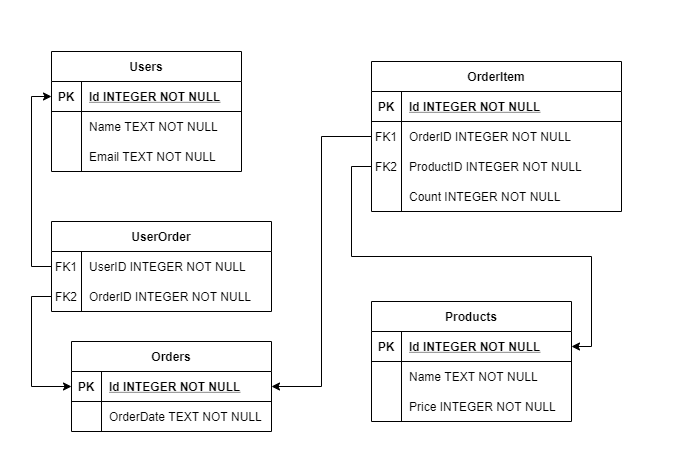
Before: doc/ER.png, a diagram exported from draw.io (jankvapil/Eshop-API). Source tidied: cells renumbered, new cells last; positions are measured from the earlier drawing's top-left corner, leaving out a move shared by most shapes. Its diagram source:
```xml
<mxGraphModel>
  <root>
    <mxCell id="0" />
    <mxCell id="1" parent="0" />
    <mxCell id="2" style="edgeStyle=entityRelationEdgeStyle;endArrow=ERzeroToMany;startArrow=ERone;endFill=1;startFill=0;" parent="1" edge="1" source="x" target="x">
      <mxGeometry relative="1" as="geometry" />
    </mxCell>
    <mxCell id="3" value="UserOrder" style="shape=table;startSize=30;rowLines=0;fontStyle=1;align=center;" parent="1" vertex="1">
      <mxGeometry y="170" width="220" height="90" as="geometry" />
    </mxCell>
    <mxCell id="4" style="shape=partialRectangle;fillColor=none;points=[[0,0.5],[1,0.5]];portConstraint=eastwest;top=0;left=0;right=0;bottom=0;" parent="3" vertex="1">
      <mxGeometry y="30" width="220" height="30" as="geometry" />
    </mxCell>
    <mxCell id="5" value="FK1" style="shape=partialRectangle;overflow=hidden;fillColor=none;top=0;left=0;bottom=0;right=0;" parent="4" vertex="1">
      <mxGeometry width="30" height="30" as="geometry" />
    </mxCell>
    <mxCell id="6" value="UserID INTEGER NOT NULL" style="shape=partialRectangle;overflow=hidden;fillColor=none;top=0;left=0;bottom=0;right=0;align=left;spacingLeft=6;" parent="4" vertex="1">
      <mxGeometry x="30" width="190" height="30" as="geometry" />
    </mxCell>
    <mxCell id="7" style="shape=partialRectangle;fillColor=none;points=[[0,0.5],[1,0.5]];portConstraint=eastwest;top=0;left=0;right=0;bottom=0;" parent="3" vertex="1">
      <mxGeometry y="60" width="220" height="30" as="geometry" />
    </mxCell>
    <mxCell id="8" value="FK2" style="shape=partialRectangle;overflow=hidden;fillColor=none;top=0;left=0;bottom=0;right=0;" parent="7" vertex="1">
      <mxGeometry width="30" height="30" as="geometry" />
    </mxCell>
    <mxCell id="9" value="OrderID INTEGER NOT NULL" style="shape=partialRectangle;overflow=hidden;fillColor=none;top=0;left=0;bottom=0;right=0;align=left;spacingLeft=6;" parent="7" vertex="1">
      <mxGeometry x="30" width="190" height="30" as="geometry" />
    </mxCell>
    <mxCell id="10" value="Orders" style="shape=table;startSize=30;rowLines=0;fontStyle=1;align=center;" parent="1" vertex="1">
      <mxGeometry x="20" y="290" width="200" height="90" as="geometry" />
    </mxCell>
    <mxCell id="11" style="shape=partialRectangle;fillColor=none;points=[[0,0.5],[1,0.5]];portConstraint=eastwest;top=0;left=0;right=0;bottom=1;" parent="10" vertex="1">
      <mxGeometry y="30" width="200" height="30" as="geometry" />
    </mxCell>
    <mxCell id="12" value="PK" style="shape=partialRectangle;overflow=hidden;fillColor=none;top=0;left=0;bottom=0;right=0;fontStyle=1;" parent="11" vertex="1">
      <mxGeometry width="30" height="30" as="geometry" />
    </mxCell>
    <mxCell id="13" value="Id INTEGER NOT NULL" style="shape=partialRectangle;overflow=hidden;fillColor=none;top=0;left=0;bottom=0;right=0;align=left;spacingLeft=6;fontStyle=5;" parent="11" vertex="1">
      <mxGeometry x="30" width="170" height="30" as="geometry" />
    </mxCell>
    <mxCell id="14" style="shape=partialRectangle;fillColor=none;top=0;left=0;right=0;bottom=0;" parent="10" vertex="1">
      <mxGeometry y="60" width="200" height="30" as="geometry" />
    </mxCell>
    <mxCell id="15" style="shape=partialRectangle;overflow=hidden;fillColor=none;top=0;left=0;bottom=0;right=0;" parent="14" vertex="1">
      <mxGeometry width="30" height="30" as="geometry" />
    </mxCell>
    <mxCell id="16" value="OrderDate TEXT NOT NULL" style="shape=partialRectangle;overflow=hidden;fillColor=none;top=0;left=0;bottom=0;right=0;align=left;spacingLeft=6;" parent="14" vertex="1">
      <mxGeometry x="30" width="170" height="30" as="geometry" />
    </mxCell>
    <mxCell id="17" value="Users" style="shape=table;startSize=30;rowLines=0;fontStyle=1;align=center;" parent="1" vertex="1">
      <mxGeometry width="190" height="120" as="geometry" />
    </mxCell>
    <mxCell id="18" style="shape=partialRectangle;fillColor=none;points=[[0,0.5],[1,0.5]];portConstraint=eastwest;top=0;left=0;right=0;bottom=1;" parent="17" vertex="1">
      <mxGeometry y="30" width="190" height="30" as="geometry" />
    </mxCell>
    <mxCell id="19" value="PK" style="shape=partialRectangle;overflow=hidden;fillColor=none;top=0;left=0;bottom=0;right=0;fontStyle=1;" parent="18" vertex="1">
      <mxGeometry width="30" height="30" as="geometry" />
    </mxCell>
    <mxCell id="20" value="Id INTEGER NOT NULL " style="shape=partialRectangle;overflow=hidden;fillColor=none;top=0;left=0;bottom=0;right=0;align=left;spacingLeft=6;fontStyle=5;" parent="18" vertex="1">
      <mxGeometry x="30" width="160" height="30" as="geometry" />
    </mxCell>
    <mxCell id="21" style="shape=partialRectangle;fillColor=none;top=0;left=0;right=0;bottom=0;" parent="17" vertex="1">
      <mxGeometry y="60" width="190" height="30" as="geometry" />
    </mxCell>
    <mxCell id="22" style="shape=partialRectangle;overflow=hidden;fillColor=none;top=0;left=0;bottom=0;right=0;" parent="21" vertex="1">
      <mxGeometry width="30" height="30" as="geometry" />
    </mxCell>
    <mxCell id="23" value="Name TEXT NOT NULL" style="shape=partialRectangle;overflow=hidden;fillColor=none;top=0;left=0;bottom=0;right=0;align=left;spacingLeft=6;" parent="21" vertex="1">
      <mxGeometry x="30" width="160" height="30" as="geometry" />
    </mxCell>
    <mxCell id="24" value="Email TEXT NOT NULL" style="shape=partialRectangle;overflow=hidden;fillColor=none;top=0;left=0;bottom=0;right=0;align=left;spacingLeft=6;" parent="1" vertex="1">
      <mxGeometry x="30" y="90" width="220" height="30" as="geometry" />
    </mxCell>
    <mxCell id="25" value="OrderItem" style="shape=table;startSize=30;rowLines=0;fontStyle=1;align=center;" parent="1" vertex="1">
      <mxGeometry x="320" y="10" width="250" height="150" as="geometry" />
    </mxCell>
    <mxCell id="26" style="shape=partialRectangle;fillColor=none;top=0;left=0;right=0;bottom=1;" parent="25" vertex="1">
      <mxGeometry y="30" width="250" height="30" as="geometry" />
    </mxCell>
    <mxCell id="27" value="PK" style="shape=partialRectangle;overflow=hidden;fillColor=none;top=0;left=0;bottom=0;right=0;fontStyle=1;" parent="26" vertex="1">
      <mxGeometry width="30" height="30" as="geometry" />
    </mxCell>
    <mxCell id="28" value="Id INTEGER NOT NULL" style="shape=partialRectangle;overflow=hidden;fillColor=none;top=0;left=0;bottom=0;right=0;align=left;spacingLeft=6;fontStyle=5;" parent="26" vertex="1">
      <mxGeometry x="30" width="220" height="30" as="geometry" />
    </mxCell>
    <mxCell id="29" style="shape=partialRectangle;fillColor=none;points=[[0,0.5],[1,0.5]];portConstraint=eastwest;top=0;left=0;right=0;bottom=0;" parent="25" vertex="1">
      <mxGeometry y="60" width="250" height="30" as="geometry" />
    </mxCell>
    <mxCell id="30" value="FK1" style="shape=partialRectangle;overflow=hidden;fillColor=none;top=0;left=0;bottom=0;right=0;" parent="29" vertex="1">
      <mxGeometry width="30" height="30" as="geometry" />
    </mxCell>
    <mxCell id="31" value="OrderID INTEGER NOT NULL" style="shape=partialRectangle;overflow=hidden;fillColor=none;top=0;left=0;bottom=0;right=0;align=left;spacingLeft=6;" parent="29" vertex="1">
      <mxGeometry x="30" width="220" height="30" as="geometry" />
    </mxCell>
    <mxCell id="32" style="edgeStyle=orthogonalEdgeStyle;rounded=0;jettySize=auto;html=1;exitX=0;exitY=0.5;exitDx=0;exitDy=0;" parent="1" edge="1" source="33" target="40">
      <mxGeometry relative="1" as="geometry" />
    </mxCell>
    <mxCell id="33" style="shape=partialRectangle;fillColor=none;points=[[0,0.5],[1,0.5]];portConstraint=eastwest;top=0;left=0;right=0;bottom=0;" parent="1" vertex="1">
      <mxGeometry x="320" y="100" width="250" height="30" as="geometry" />
    </mxCell>
    <mxCell id="34" value="FK2" style="shape=partialRectangle;overflow=hidden;fillColor=none;top=0;left=0;bottom=0;right=0;" parent="33" vertex="1">
      <mxGeometry width="30" height="30" as="geometry" />
    </mxCell>
    <mxCell id="35" value="ProductID INTEGER NOT NULL" style="shape=partialRectangle;overflow=hidden;fillColor=none;top=0;left=0;bottom=0;right=0;align=left;spacingLeft=6;" parent="33" vertex="1">
      <mxGeometry x="30" width="220" height="30" as="geometry" />
    </mxCell>
    <mxCell id="36" style="shape=partialRectangle;fillColor=none;top=0;left=0;right=0;bottom=0;" parent="1" vertex="1">
      <mxGeometry x="320" y="130" width="250" height="30" as="geometry" />
    </mxCell>
    <mxCell id="37" style="shape=partialRectangle;overflow=hidden;fillColor=none;top=0;left=0;bottom=0;right=0;" parent="36" vertex="1">
      <mxGeometry width="30" height="30" as="geometry" />
    </mxCell>
    <mxCell id="38" value="Count INTEGER NOT NULL" style="shape=partialRectangle;overflow=hidden;fillColor=none;top=0;left=0;bottom=0;right=0;align=left;spacingLeft=6;" parent="36" vertex="1">
      <mxGeometry x="30" width="220" height="30" as="geometry" />
    </mxCell>
    <mxCell id="39" value="Products" style="shape=table;startSize=30;rowLines=0;fontStyle=1;align=center;" parent="1" vertex="1">
      <mxGeometry x="320" y="250" width="200" height="120" as="geometry" />
    </mxCell>
    <mxCell id="40" style="shape=partialRectangle;fillColor=none;points=[[0,0.5],[1,0.5]];portConstraint=eastwest;top=0;left=0;right=0;bottom=1;" parent="39" vertex="1">
      <mxGeometry y="30" width="200" height="30" as="geometry" />
    </mxCell>
    <mxCell id="41" value="PK" style="shape=partialRectangle;overflow=hidden;fillColor=none;top=0;left=0;bottom=0;right=0;fontStyle=1;" parent="40" vertex="1">
      <mxGeometry width="30" height="30" as="geometry" />
    </mxCell>
    <mxCell id="42" value="Id INTEGER NOT NULL" style="shape=partialRectangle;overflow=hidden;fillColor=none;top=0;left=0;bottom=0;right=0;align=left;spacingLeft=6;fontStyle=5;" parent="40" vertex="1">
      <mxGeometry x="30" width="170" height="30" as="geometry" />
    </mxCell>
    <mxCell id="43" style="shape=partialRectangle;fillColor=none;top=0;left=0;right=0;bottom=0;" parent="39" vertex="1">
      <mxGeometry y="60" width="200" height="30" as="geometry" />
    </mxCell>
    <mxCell id="44" style="shape=partialRectangle;overflow=hidden;fillColor=none;top=0;left=0;bottom=0;right=0;" parent="43" vertex="1">
      <mxGeometry width="30" height="30" as="geometry" />
    </mxCell>
    <mxCell id="45" value="Name TEXT NOT NULL" style="shape=partialRectangle;overflow=hidden;fillColor=none;top=0;left=0;bottom=0;right=0;align=left;spacingLeft=6;" parent="43" vertex="1">
      <mxGeometry x="30" width="170" height="30" as="geometry" />
    </mxCell>
    <mxCell id="46" style="shape=partialRectangle;fillColor=none;top=0;left=0;right=0;bottom=0;" parent="1" vertex="1">
      <mxGeometry x="320" y="340" width="250" height="30" as="geometry" />
    </mxCell>
    <mxCell id="47" style="shape=partialRectangle;overflow=hidden;fillColor=none;top=0;left=0;bottom=0;right=0;" parent="46" vertex="1">
      <mxGeometry width="30" height="30" as="geometry" />
    </mxCell>
    <mxCell id="48" value="Price INTEGER NOT NULL" style="shape=partialRectangle;overflow=hidden;fillColor=none;top=0;left=0;bottom=0;right=0;align=left;spacingLeft=6;" parent="46" vertex="1">
      <mxGeometry x="30" width="220" height="30" as="geometry" />
    </mxCell>
    <mxCell id="49" style="edgeStyle=orthogonalEdgeStyle;rounded=0;jettySize=auto;html=1;exitX=0;exitY=0.5;exitDx=0;exitDy=0;" parent="1" edge="1" source="7" target="11">
      <mxGeometry relative="1" as="geometry" />
    </mxCell>
    <mxCell id="50" style="edgeStyle=orthogonalEdgeStyle;rounded=0;jettySize=auto;html=1;exitX=0;exitY=0.5;exitDx=0;exitDy=0;entryX=0;entryY=0.5;entryDx=0;entryDy=0;" parent="1" edge="1" source="4" target="18">
      <mxGeometry relative="1" as="geometry" />
    </mxCell>
    <mxCell id="51" style="edgeStyle=orthogonalEdgeStyle;rounded=0;jettySize=auto;html=1;exitX=0;exitY=0.5;exitDx=0;exitDy=0;entryX=1;entryY=0.5;entryDx=0;entryDy=0;" parent="1" edge="1" source="29" target="11">
      <mxGeometry relative="1" as="geometry" />
    </mxCell>
  </root>
</mxGraphModel>
```
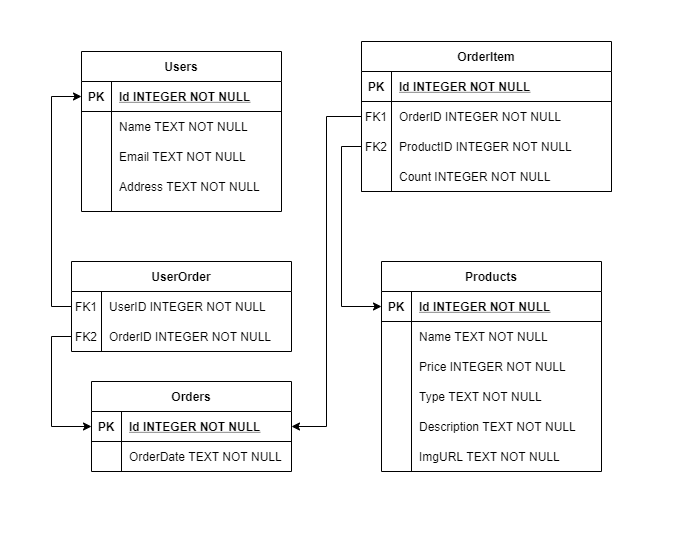
After the change.

What changed in the source:
```diff
@@ -2,9 +2,6 @@
   <root>
     <mxCell id="0" />
     <mxCell id="1" parent="0" />
-    <mxCell id="2" style="edgeStyle=entityRelationEdgeStyle;endArrow=ERzeroToMany;startArrow=ERone;endFill=1;startFill=0;" parent="1" edge="1" source="x" target="x">
-      <mxGeometry relative="1" as="geometry" />
-    </mxCell>
     <mxCell id="3" value="UserOrder" style="shape=table;startSize=30;rowLines=0;fontStyle=1;align=center;" parent="1" vertex="1">
       <mxGeometry y="170" width="220" height="90" as="geometry" />
     </mxCell>
@@ -48,31 +45,31 @@
       <mxGeometry x="30" width="170" height="30" as="geometry" />
     </mxCell>
     <mxCell id="17" value="Users" style="shape=table;startSize=30;rowLines=0;fontStyle=1;align=center;" parent="1" vertex="1">
-      <mxGeometry width="190" height="120" as="geometry" />
+      <mxGeometry x="10" y="-40" width="200" height="160" as="geometry" />
     </mxCell>
     <mxCell id="18" style="shape=partialRectangle;fillColor=none;points=[[0,0.5],[1,0.5]];portConstraint=eastwest;top=0;left=0;right=0;bottom=1;" parent="17" vertex="1">
-      <mxGeometry y="30" width="190" height="30" as="geometry" />
+      <mxGeometry y="30" width="200" height="30" as="geometry" />
     </mxCell>
     <mxCell id="19" value="PK" style="shape=partialRectangle;overflow=hidden;fillColor=none;top=0;left=0;bottom=0;right=0;fontStyle=1;" parent="18" vertex="1">
       <mxGeometry width="30" height="30" as="geometry" />
     </mxCell>
     <mxCell id="20" value="Id INTEGER NOT NULL " style="shape=partialRectangle;overflow=hidden;fillColor=none;top=0;left=0;bottom=0;right=0;align=left;spacingLeft=6;fontStyle=5;" parent="18" vertex="1">
-      <mxGeometry x="30" width="160" height="30" as="geometry" />
+      <mxGeometry x="30" width="170" height="30" as="geometry" />
     </mxCell>
     <mxCell id="21" style="shape=partialRectangle;fillColor=none;top=0;left=0;right=0;bottom=0;" parent="17" vertex="1">
-      <mxGeometry y="60" width="190" height="30" as="geometry" />
+      <mxGeometry y="60" width="200" height="30" as="geometry" />
     </mxCell>
     <mxCell id="22" style="shape=partialRectangle;overflow=hidden;fillColor=none;top=0;left=0;bottom=0;right=0;" parent="21" vertex="1">
       <mxGeometry width="30" height="30" as="geometry" />
     </mxCell>
     <mxCell id="23" value="Name TEXT NOT NULL" style="shape=partialRectangle;overflow=hidden;fillColor=none;top=0;left=0;bottom=0;right=0;align=left;spacingLeft=6;" parent="21" vertex="1">
-      <mxGeometry x="30" width="160" height="30" as="geometry" />
+      <mxGeometry x="30" width="170" height="30" as="geometry" />
     </mxCell>
     <mxCell id="24" value="Email TEXT NOT NULL" style="shape=partialRectangle;overflow=hidden;fillColor=none;top=0;left=0;bottom=0;right=0;align=left;spacingLeft=6;" parent="1" vertex="1">
-      <mxGeometry x="30" y="90" width="220" height="30" as="geometry" />
+      <mxGeometry x="40" y="50" width="220" height="30" as="geometry" />
     </mxCell>
     <mxCell id="25" value="OrderItem" style="shape=table;startSize=30;rowLines=0;fontStyle=1;align=center;" parent="1" vertex="1">
-      <mxGeometry x="320" y="10" width="250" height="150" as="geometry" />
+      <mxGeometry x="290" y="-50" width="250" height="150" as="geometry" />
     </mxCell>
     <mxCell id="26" style="shape=partialRectangle;fillColor=none;top=0;left=0;right=0;bottom=1;" parent="25" vertex="1">
       <mxGeometry y="30" width="250" height="30" as="geometry" />
@@ -92,20 +89,29 @@
     <mxCell id="31" value="OrderID INTEGER NOT NULL" style="shape=partialRectangle;overflow=hidden;fillColor=none;top=0;left=0;bottom=0;right=0;align=left;spacingLeft=6;" parent="29" vertex="1">
       <mxGeometry x="30" width="220" height="30" as="geometry" />
     </mxCell>
-    <mxCell id="32" style="edgeStyle=orthogonalEdgeStyle;rounded=0;jettySize=auto;html=1;exitX=0;exitY=0.5;exitDx=0;exitDy=0;" parent="1" edge="1" source="33" target="40">
-      <mxGeometry relative="1" as="geometry" />
-    </mxCell>
-    <mxCell id="33" style="shape=partialRectangle;fillColor=none;points=[[0,0.5],[1,0.5]];portConstraint=eastwest;top=0;left=0;right=0;bottom=0;" parent="1" vertex="1">
-      <mxGeometry x="320" y="100" width="250" height="30" as="geometry" />
-    </mxCell>
+    <mxCell id="52" style="shape=partialRectangle;fillColor=none;points=[[0,0.5],[1,0.5]];portConstraint=eastwest;top=0;left=0;right=0;bottom=0;" parent="25" vertex="1">
+      <mxGeometry y="90" width="250" height="30" as="geometry" />
+    </mxCell>
-    <mxCell id="34" value="FK2" style="shape=partialRectangle;overflow=hidden;fillColor=none;top=0;left=0;bottom=0;right=0;" parent="33" vertex="1">
+    <mxCell id="34" value="FK2" style="shape=partialRectangle;overflow=hidden;fillColor=none;top=0;left=0;bottom=0;right=0;" parent="52" vertex="1">
       <mxGeometry width="30" height="30" as="geometry" />
     </mxCell>
-    <mxCell id="35" value="ProductID INTEGER NOT NULL" style="shape=partialRectangle;overflow=hidden;fillColor=none;top=0;left=0;bottom=0;right=0;align=left;spacingLeft=6;" parent="33" vertex="1">
+    <mxCell id="35" value="ProductID INTEGER NOT NULL" style="shape=partialRectangle;overflow=hidden;fillColor=none;top=0;left=0;bottom=0;right=0;align=left;spacingLeft=6;" parent="52" vertex="1">
       <mxGeometry x="30" width="220" height="30" as="geometry" />
     </mxCell>
+    <mxCell id="53" style="shape=partialRectangle;fillColor=none;top=0;left=0;right=0;bottom=1;" parent="25" vertex="1">
+      <mxGeometry y="120" width="250" height="30" as="geometry" />
+    </mxCell>
+    <mxCell id="54" style="shape=partialRectangle;overflow=hidden;fillColor=none;top=0;left=0;bottom=0;right=0;fontStyle=1;" parent="53" vertex="1">
+      <mxGeometry width="30" height="30" as="geometry" />
+    </mxCell>
+    <mxCell id="55" style="shape=partialRectangle;overflow=hidden;fillColor=none;top=0;left=0;bottom=0;right=0;align=left;spacingLeft=6;fontStyle=5;" parent="53" vertex="1">
+      <mxGeometry x="30" width="220" height="30" as="geometry" />
+    </mxCell>
+    <mxCell id="33" style="shape=partialRectangle;fillColor=none;points=[[0,0.5],[1,0.5]];portConstraint=eastwest;top=0;left=0;right=0;bottom=0;" parent="1" vertex="1">
+      <mxGeometry x="320" y="100" width="250" height="30" as="geometry" />
+    </mxCell>
     <mxCell id="36" style="shape=partialRectangle;fillColor=none;top=0;left=0;right=0;bottom=0;" parent="1" vertex="1">
-      <mxGeometry x="320" y="130" width="250" height="30" as="geometry" />
+      <mxGeometry x="290" y="70" width="250" height="30" as="geometry" />
     </mxCell>
     <mxCell id="37" style="shape=partialRectangle;overflow=hidden;fillColor=none;top=0;left=0;bottom=0;right=0;" parent="36" vertex="1">
       <mxGeometry width="30" height="30" as="geometry" />
@@ -114,28 +120,28 @@
       <mxGeometry x="30" width="220" height="30" as="geometry" />
     </mxCell>
     <mxCell id="39" value="Products" style="shape=table;startSize=30;rowLines=0;fontStyle=1;align=center;" parent="1" vertex="1">
-      <mxGeometry x="320" y="250" width="200" height="120" as="geometry" />
+      <mxGeometry x="310" y="170" width="220" height="210" as="geometry" />
     </mxCell>
     <mxCell id="40" style="shape=partialRectangle;fillColor=none;points=[[0,0.5],[1,0.5]];portConstraint=eastwest;top=0;left=0;right=0;bottom=1;" parent="39" vertex="1">
-      <mxGeometry y="30" width="200" height="30" as="geometry" />
+      <mxGeometry y="30" width="220" height="30" as="geometry" />
     </mxCell>
     <mxCell id="41" value="PK" style="shape=partialRectangle;overflow=hidden;fillColor=none;top=0;left=0;bottom=0;right=0;fontStyle=1;" parent="40" vertex="1">
       <mxGeometry width="30" height="30" as="geometry" />
     </mxCell>
     <mxCell id="42" value="Id INTEGER NOT NULL" style="shape=partialRectangle;overflow=hidden;fillColor=none;top=0;left=0;bottom=0;right=0;align=left;spacingLeft=6;fontStyle=5;" parent="40" vertex="1">
-      <mxGeometry x="30" width="170" height="30" as="geometry" />
+      <mxGeometry x="30" width="190" height="30" as="geometry" />
     </mxCell>
     <mxCell id="43" style="shape=partialRectangle;fillColor=none;top=0;left=0;right=0;bottom=0;" parent="39" vertex="1">
-      <mxGeometry y="60" width="200" height="30" as="geometry" />
+      <mxGeometry y="60" width="220" height="30" as="geometry" />
     </mxCell>
     <mxCell id="44" style="shape=partialRectangle;overflow=hidden;fillColor=none;top=0;left=0;bottom=0;right=0;" parent="43" vertex="1">
       <mxGeometry width="30" height="30" as="geometry" />
     </mxCell>
     <mxCell id="45" value="Name TEXT NOT NULL" style="shape=partialRectangle;overflow=hidden;fillColor=none;top=0;left=0;bottom=0;right=0;align=left;spacingLeft=6;" parent="43" vertex="1">
-      <mxGeometry x="30" width="170" height="30" as="geometry" />
+      <mxGeometry x="30" width="190" height="30" as="geometry" />
     </mxCell>
     <mxCell id="46" style="shape=partialRectangle;fillColor=none;top=0;left=0;right=0;bottom=0;" parent="1" vertex="1">
-      <mxGeometry x="320" y="340" width="250" height="30" as="geometry" />
+      <mxGeometry x="310" y="260" width="250" height="30" as="geometry" />
     </mxCell>
     <mxCell id="47" style="shape=partialRectangle;overflow=hidden;fillColor=none;top=0;left=0;bottom=0;right=0;" parent="46" vertex="1">
       <mxGeometry width="30" height="30" as="geometry" />
@@ -152,5 +158,38 @@
     <mxCell id="51" style="edgeStyle=orthogonalEdgeStyle;rounded=0;jettySize=auto;html=1;exitX=0;exitY=0.5;exitDx=0;exitDy=0;entryX=1;entryY=0.5;entryDx=0;entryDy=0;" parent="1" edge="1" source="29" target="11">
       <mxGeometry relative="1" as="geometry" />
     </mxCell>
+    <mxCell id="56" value="Address TEXT NOT NULL" style="shape=partialRectangle;overflow=hidden;fillColor=none;top=0;left=0;bottom=0;right=0;align=left;spacingLeft=6;" parent="1" vertex="1">
+      <mxGeometry x="40" y="80" width="220" height="30" as="geometry" />
+    </mxCell>
+    <mxCell id="57" style="shape=partialRectangle;fillColor=none;top=0;left=0;right=0;bottom=0;" parent="1" vertex="1">
+      <mxGeometry x="310" y="290" width="250" height="30" as="geometry" />
+    </mxCell>
+    <mxCell id="58" style="shape=partialRectangle;overflow=hidden;fillColor=none;top=0;left=0;bottom=0;right=0;" parent="57" vertex="1">
+      <mxGeometry width="30" height="30" as="geometry" />
+    </mxCell>
+    <mxCell id="59" value="Type TEXT NOT NULL" style="shape=partialRectangle;overflow=hidden;fillColor=none;top=0;left=0;bottom=0;right=0;align=left;spacingLeft=6;" parent="57" vertex="1">
+      <mxGeometry x="30" width="220" height="30" as="geometry" />
+    </mxCell>
+    <mxCell id="60" style="shape=partialRectangle;fillColor=none;top=0;left=0;right=0;bottom=0;" parent="1" vertex="1">
+      <mxGeometry x="310" y="320" width="250" height="30" as="geometry" />
+    </mxCell>
+    <mxCell id="61" style="shape=partialRectangle;overflow=hidden;fillColor=none;top=0;left=0;bottom=0;right=0;" parent="60" vertex="1">
+      <mxGeometry width="30" height="30" as="geometry" />
+    </mxCell>
+    <mxCell id="62" value="Description TEXT NOT NULL" style="shape=partialRectangle;overflow=hidden;fillColor=none;top=0;left=0;bottom=0;right=0;align=left;spacingLeft=6;" parent="60" vertex="1">
+      <mxGeometry x="30" width="220" height="30" as="geometry" />
+    </mxCell>
+    <mxCell id="63" style="shape=partialRectangle;fillColor=none;top=0;left=0;right=0;bottom=0;" parent="1" vertex="1">
+      <mxGeometry x="310" y="350" width="250" height="30" as="geometry" />
+    </mxCell>
+    <mxCell id="64" style="shape=partialRectangle;overflow=hidden;fillColor=none;top=0;left=0;bottom=0;right=0;" parent="63" vertex="1">
+      <mxGeometry width="30" height="30" as="geometry" />
+    </mxCell>
+    <mxCell id="65" value="ImgURL TEXT NOT NULL" style="shape=partialRectangle;overflow=hidden;fillColor=none;top=0;left=0;bottom=0;right=0;align=left;spacingLeft=6;" parent="63" vertex="1">
+      <mxGeometry x="30" width="220" height="30" as="geometry" />
+    </mxCell>
+    <mxCell id="66" style="edgeStyle=orthogonalEdgeStyle;rounded=0;jettySize=auto;html=1;exitX=0;exitY=0.5;exitDx=0;exitDy=0;entryX=0;entryY=0.5;entryDx=0;entryDy=0;" parent="1" edge="1" source="52" target="40">
+      <mxGeometry relative="1" as="geometry" />
+    </mxCell>
   </root>
 </mxGraphModel>
```
